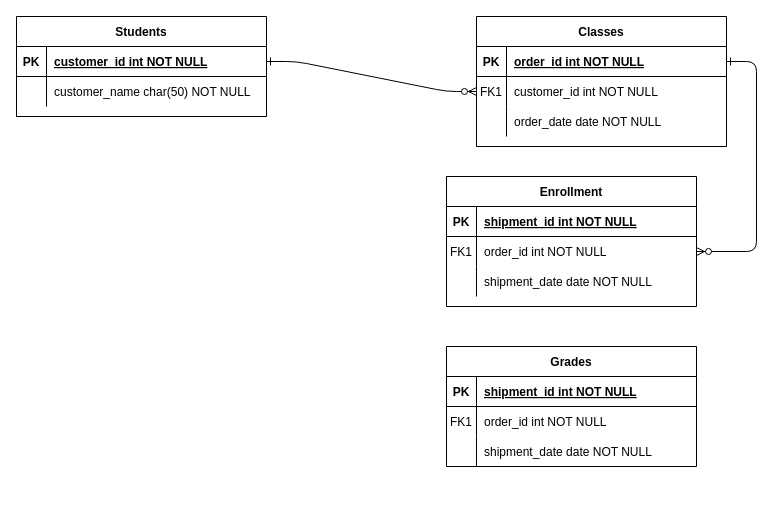
Above: QA_Project_ERD.drawio in Christian-Sav/DevOps-Core-Fundamental-Projec (draw.io), before the change. Source tidied: cells renumbered, new cells numbered last; positions are measured from the earlier drawing's top-left corner, leaving out a move shared by most shapes. Both pictures are drawn from the tidied source at 100%, with x=0, y=0 at pixel (16, 16).
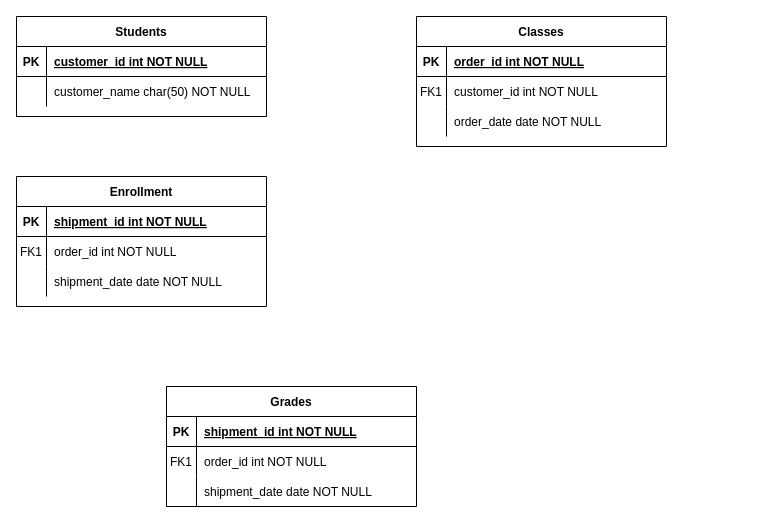
The same page after the edit.

The change refers to these unchanged cells:
```xml
<mxCell id="5" style="shape=partialRectangle;fillColor=none;points=[[0,0.5],[1,0.5]];portConstraint=eastwest;top=0;left=0;right=0;bottom=1;" parent="4" vertex="1">
  <mxGeometry y="30" width="250" height="30" as="geometry" />
</mxCell>
<mxCell id="8" style="shape=partialRectangle;fillColor=none;points=[[0,0.5],[1,0.5]];portConstraint=eastwest;top=0;left=0;right=0;bottom=0;" parent="4" vertex="1">
  <mxGeometry y="60" width="250" height="30" as="geometry" />
</mxCell>
<mxCell id="18" style="shape=partialRectangle;fillColor=none;points=[[0,0.5],[1,0.5]];portConstraint=eastwest;top=0;left=0;right=0;bottom=0;" parent="14" vertex="1">
  <mxGeometry y="60" width="250" height="30" as="geometry" />
</mxCell>
<mxCell id="25" style="shape=partialRectangle;fillColor=none;points=[[0,0.5],[1,0.5]];portConstraint=eastwest;top=0;left=0;right=0;bottom=1;" parent="24" vertex="1">
  <mxGeometry y="30" width="250" height="30" as="geometry" />
</mxCell>
```

Change to the diagram source:
```diff
@@
-    <mxCell id="2" style="edgeStyle=entityRelationEdgeStyle;endArrow=ERzeroToMany;startArrow=ERone;endFill=1;startFill=0;" parent="1" edge="1" source="25" target="8">
-      <mxGeometry relative="1" as="geometry" />
-    </mxCell>
-    <mxCell id="3" style="edgeStyle=entityRelationEdgeStyle;endArrow=ERzeroToMany;startArrow=ERone;endFill=1;startFill=0;" parent="1" edge="1" source="5" target="18">
-      <mxGeometry relative="1" as="geometry" />
-    </mxCell>
     <mxCell id="4" value="Classes" style="shape=table;startSize=30;childLayout=tableLayout;rowLines=0;fontStyle=1;align=center;" parent="1" vertex="1">
-      <mxGeometry x="460" width="250" height="130" as="geometry" />
+      <mxGeometry x="400" width="250" height="130" as="geometry" />
     </mxCell>
@@
     <mxCell id="14" value="Enrollment" style="shape=table;startSize=30;childLayout=tableLayout;rowLines=0;fontStyle=1;align=center;" parent="1" vertex="1">
-      <mxGeometry x="430" y="160" width="250" height="130" as="geometry" />
+      <mxGeometry y="160" width="250" height="130" as="geometry" />
     </mxCell>
@@
     <mxCell id="31" value="Grades" style="shape=table;startSize=30;childLayout=tableLayout;rowLines=0;fontStyle=1;align=center;" parent="1" vertex="1">
-      <mxGeometry x="430" y="330" width="250" height="120" as="geometry" />
+      <mxGeometry x="150" y="370" width="250" height="120" as="geometry" />
     </mxCell>
```
